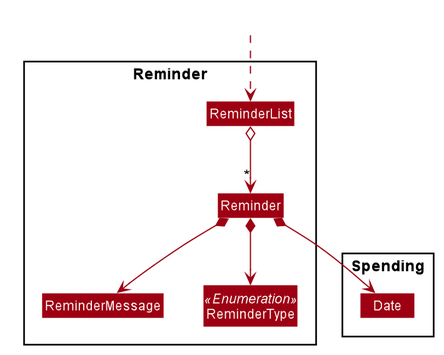
This is docs/images/ReminderClassDiagram.png from nus-cs2103-AY1920S1/addressbook-level3, a PlantUML export, as it was before one commit.
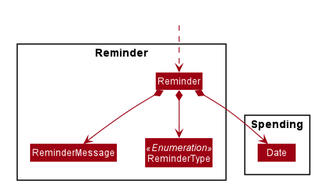
After the commit.

Commit message:
removed reminderlist from reminder class diagram, added ReminderCommandParser Component

What changed in the source:
```diff
@@ -54,7 +54,6 @@
 
 Package Reminder {
 class Reminder
-class ReminderList
 class ReminderMessage
 enum ReminderType <<Enumeration>>
 }
@@ -64,8 +63,7 @@
 }
 
 Class HiddenOutside #FFFFFF
-HiddenOutside ..> ReminderList
-ReminderList o--> "*" Reminder
+HiddenOutside ..> Reminder
 Reminder *--> ReminderMessage
 Reminder *--> Date
 Reminder *--> ReminderType
```
